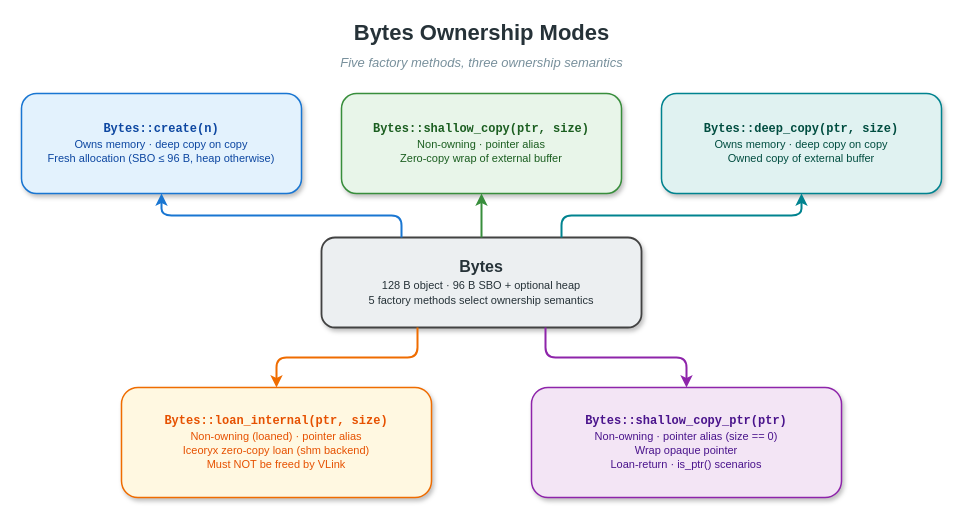
Before: doc/images/bytes-ownership.drawio in PinkMan-03/vlink, a draw.io diagram. Source tidied: cells renumbered, new cells numbered last; positions are measured from the earlier drawing's top-left corner, leaving out a move shared by most shapes. Both pictures are drawn from the tidied source at 100%, with x=0, y=0 at pixel (21, 17).
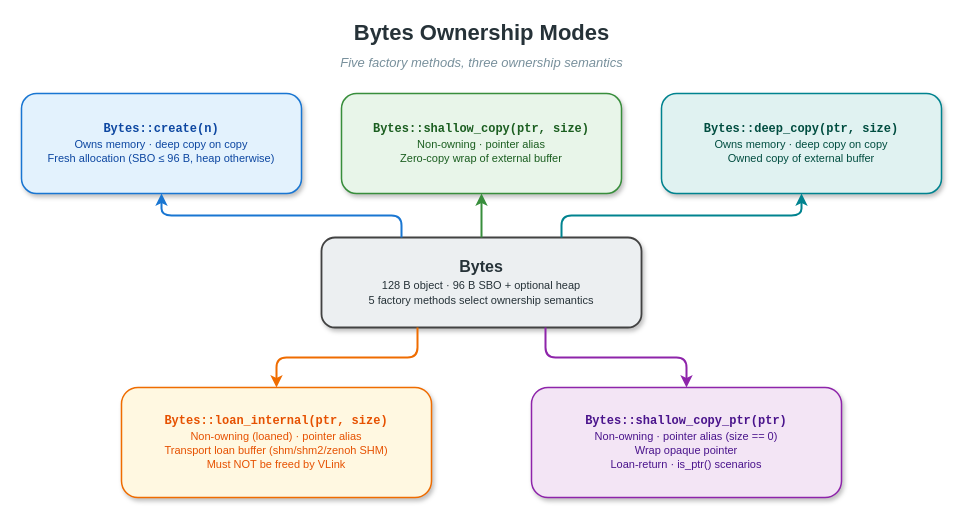
The same page after the edit.

Change to the diagram source:
```diff
@@
 <mxGraphModel>
   <root>
     <mxCell id="0" />
     <mxCell id="1" parent="0" />
     <mxCell id="2" value="Bytes Ownership Modes" style="text;html=1;align=center;verticalAlign=middle;strokeColor=none;fillColor=none;fontSize=22;fontStyle=1;fontColor=#263238;" parent="1" vertex="1">
       <mxGeometry width="920" height="32" as="geometry" />
     </mxCell>
     <mxCell id="3" value="Five factory methods, three ownership semantics" style="text;html=1;align=center;verticalAlign=middle;strokeColor=none;fillColor=none;fontSize=13;fontStyle=2;fontColor=#78909c;" parent="1" vertex="1">
       <mxGeometry y="34" width="920" height="22" as="geometry" />
     </mxCell>
     <mxCell id="4" value="&lt;b style=&quot;font-size:16px;&quot;&gt;Bytes&lt;/b&gt;&lt;br/&gt;&lt;span style=&quot;font-size:11px;&quot;&gt;128 B object · 96 B SBO + optional heap&lt;br/&gt;5 factory methods select ownership semantics&lt;/span&gt;" style="rounded=1;whiteSpace=wrap;html=1;fillColor=#eceff1;strokeColor=#424242;strokeWidth=1.8;fontSize=13;fontColor=#263238;shadow=1;" parent="1" vertex="1">
       <mxGeometry x="300" y="220" width="320" height="90" as="geometry" />
     </mxCell>
     <mxCell id="5" value="&lt;b style=&quot;font-family:Courier New;&quot;&gt;Bytes::create(n)&lt;/b&gt;&lt;br/&gt;&lt;span style=&quot;font-size:11px;&quot;&gt;Owns memory · deep copy on copy&lt;br/&gt;Fresh allocation (SBO ≤ 96 B, heap otherwise)&lt;/span&gt;" style="rounded=1;whiteSpace=wrap;html=1;fillColor=#e3f2fd;strokeColor=#1976d2;strokeWidth=1.5;fontSize=12;fontColor=#0d47a1;shadow=1;" parent="1" vertex="1">
       <mxGeometry y="76" width="280" height="100" as="geometry" />
     </mxCell>
     <mxCell id="6" value="&lt;b style=&quot;font-family:Courier New;&quot;&gt;Bytes::shallow_copy(ptr, size)&lt;/b&gt;&lt;br/&gt;&lt;span style=&quot;font-size:11px;&quot;&gt;Non-owning · pointer alias&lt;br/&gt;Zero-copy wrap of external buffer&lt;/span&gt;" style="rounded=1;whiteSpace=wrap;html=1;fillColor=#e8f5e9;strokeColor=#388e3c;strokeWidth=1.5;fontSize=12;fontColor=#1b5e20;shadow=1;" parent="1" vertex="1">
       <mxGeometry x="320" y="76" width="280" height="100" as="geometry" />
     </mxCell>
     <mxCell id="7" value="&lt;b style=&quot;font-family:Courier New;&quot;&gt;Bytes::deep_copy(ptr, size)&lt;/b&gt;&lt;br/&gt;&lt;span style=&quot;font-size:11px;&quot;&gt;Owns memory · deep copy on copy&lt;br/&gt;Owned copy of external buffer&lt;/span&gt;" style="rounded=1;whiteSpace=wrap;html=1;fillColor=#e0f2f1;strokeColor=#00838f;strokeWidth=1.5;fontSize=12;fontColor=#004d40;shadow=1;" parent="1" vertex="1">
       <mxGeometry x="640" y="76" width="280" height="100" as="geometry" />
     </mxCell>
-    <mxCell id="8" value="&lt;b style=&quot;font-family:Courier New;&quot;&gt;Bytes::loan_internal(ptr, size)&lt;/b&gt;&lt;br/&gt;&lt;span style=&quot;font-size:11px;&quot;&gt;Non-owning (loaned) · pointer alias&lt;br/&gt;Iceoryx zero-copy loan (shm backend)&lt;br/&gt;Must NOT be freed by VLink&lt;/span&gt;" style="rounded=1;whiteSpace=wrap;html=1;fillColor=#fff8e1;strokeColor=#ef6c00;strokeWidth=1.5;fontSize=12;fontColor=#e65100;shadow=1;" parent="1" vertex="1">
+    <mxCell id="8" value="&lt;b style=&quot;font-family:Courier New;&quot;&gt;Bytes::loan_internal(ptr, size)&lt;/b&gt;&lt;br/&gt;&lt;span style=&quot;font-size:11px;&quot;&gt;Non-owning (loaned) · pointer alias&lt;br/&gt;Transport loan buffer (shm/shm2/zenoh SHM)&lt;br/&gt;Must NOT be freed by VLink&lt;/span&gt;" style="rounded=1;whiteSpace=wrap;html=1;fillColor=#fff8e1;strokeColor=#ef6c00;strokeWidth=1.5;fontSize=12;fontColor=#e65100;shadow=1;" parent="1" vertex="1">
       <mxGeometry x="100" y="370" width="310" height="110" as="geometry" />
     </mxCell>
     <mxCell id="9" value="&lt;b style=&quot;font-family:Courier New;&quot;&gt;Bytes::shallow_copy_ptr(ptr)&lt;/b&gt;&lt;br/&gt;&lt;span style=&quot;font-size:11px;&quot;&gt;Non-owning · pointer alias (size == 0)&lt;br/&gt;Wrap opaque pointer&lt;br/&gt;Loan-return · is_ptr() scenarios&lt;/span&gt;" style="rounded=1;whiteSpace=wrap;html=1;fillColor=#f3e5f5;strokeColor=#8e24aa;strokeWidth=1.5;fontSize=12;fontColor=#4a148c;shadow=1;" parent="1" vertex="1">
       <mxGeometry x="510" y="370" width="310" height="110" as="geometry" />
     </mxCell>
     <mxCell id="10" style="edgeStyle=orthogonalEdgeStyle;rounded=1;endArrow=classic;endFill=1;html=1;strokeWidth=2;strokeColor=#1976d2;exitX=0.25;exitY=0;entryX=0.5;entryY=1;" parent="1" edge="1" source="4" target="5">
       <mxGeometry relative="1" as="geometry" />
     </mxCell>
     <mxCell id="11" style="edgeStyle=orthogonalEdgeStyle;rounded=1;endArrow=classic;endFill=1;html=1;strokeWidth=2;strokeColor=#388e3c;exitX=0.5;exitY=0;entryX=0.5;entryY=1;" parent="1" edge="1" source="4" target="6">
       <mxGeometry relative="1" as="geometry" />
     </mxCell>
     <mxCell id="12" style="edgeStyle=orthogonalEdgeStyle;rounded=1;endArrow=classic;endFill=1;html=1;strokeWidth=2;strokeColor=#00838f;exitX=0.75;exitY=0;entryX=0.5;entryY=1;" parent="1" edge="1" source="4" target="7">
       <mxGeometry relative="1" as="geometry" />
     </mxCell>
     <mxCell id="13" style="edgeStyle=orthogonalEdgeStyle;rounded=1;endArrow=classic;endFill=1;html=1;strokeWidth=2;strokeColor=#ef6c00;exitX=0.3;exitY=1;entryX=0.5;entryY=0;" parent="1" edge="1" source="4" target="8">
       <mxGeometry relative="1" as="geometry" />
     </mxCell>
     <mxCell id="14" style="edgeStyle=orthogonalEdgeStyle;rounded=1;endArrow=classic;endFill=1;html=1;strokeWidth=2;strokeColor=#8e24aa;exitX=0.7;exitY=1;entryX=0.5;entryY=0;" parent="1" edge="1" source="4" target="9">
       <mxGeometry relative="1" as="geometry" />
     </mxCell>
   </root>
 </mxGraphModel>
```
